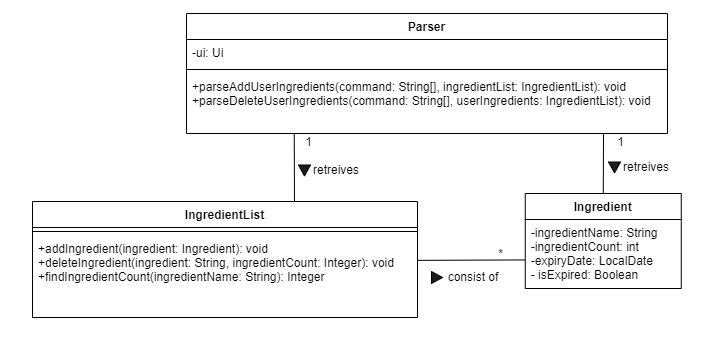
The draw.io diagram docs/UML/Architecture/IngredientRelated.png in nus-cs2113-AY2223S2/tp, before a commit. Source tidied: cells renumbered, new cells last; positions are measured from the earlier drawing's top-left corner, leaving out a move shared by most shapes. Its diagram source:
```xml
<mxGraphModel>
  <root>
    <mxCell id="0" />
    <mxCell id="1" parent="0" />
    <mxCell id="2" style="html=1;fillColor=default;strokeColor=none;" parent="1" vertex="1">
      <mxGeometry width="700" height="341" as="geometry" />
    </mxCell>
    <mxCell id="3" value="Parser" style="swimlane;fontStyle=1;align=center;verticalAlign=top;horizontal=1;startSize=26;" parent="1" vertex="1">
      <mxGeometry x="186" y="13" width="481" height="120" as="geometry" />
    </mxCell>
    <mxCell id="4" value="-ui: Ui" style="text;strokeColor=none;fillColor=none;align=left;verticalAlign=top;spacingLeft=4;spacingRight=4;overflow=hidden;" parent="3" vertex="1">
      <mxGeometry y="26" width="481" height="26" as="geometry" />
    </mxCell>
    <mxCell id="5" style="line;strokeWidth=1;fillColor=none;align=left;verticalAlign=middle;spacingTop=-1;spacingLeft=3;spacingRight=3;labelPosition=right;strokeColor=inherit;" parent="3" vertex="1">
      <mxGeometry y="52" width="481" height="8" as="geometry" />
    </mxCell>
    <mxCell id="6" value="+parseAddUserIngredients(command: String[], ingredientList: IngredientList): void&#10;+parseDeleteUserIngredients(command: String[], userIngredients: IngredientList): void" style="text;strokeColor=none;fillColor=none;align=left;verticalAlign=top;spacingLeft=4;spacingRight=4;overflow=hidden;points=[[0,0.5],[1,0.5]];portConstraint=eastwest;" parent="3" vertex="1">
      <mxGeometry y="60" width="481" height="60" as="geometry" />
    </mxCell>
    <mxCell id="7" style="endArrow=none;html=1;rounded=0;entryX=0.224;entryY=1;entryDx=0;entryDy=0;entryPerimeter=0;" parent="1" edge="1" target="6">
      <mxGeometry relative="1" as="geometry">
        <mxPoint x="294" y="205" as="sourcePoint" />
      </mxGeometry>
    </mxCell>
    <mxCell id="8" style="endArrow=none;html=1;rounded=0;entryX=-0.002;entryY=0.586;entryDx=0;entryDy=0;entryPerimeter=0;exitX=1.001;exitY=0.303;exitDx=0;exitDy=0;exitPerimeter=0;" parent="1" edge="1" source="15" target="17">
      <mxGeometry relative="1" as="geometry" />
    </mxCell>
    <mxCell id="9" value="*" style="text;html=1;align=center;verticalAlign=middle;strokeColor=none;fillColor=none;" parent="1" vertex="1">
      <mxGeometry x="488" y="241" width="23" height="26" as="geometry" />
    </mxCell>
    <mxCell id="10" value="1" style="text;html=1;align=center;verticalAlign=middle;strokeColor=none;fillColor=none;" parent="1" vertex="1">
      <mxGeometry x="295" y="129" width="25" height="26" as="geometry" />
    </mxCell>
    <mxCell id="11" style="endArrow=none;html=1;rounded=0;exitX=0.5;exitY=0;exitDx=0;exitDy=0;entryX=0.867;entryY=1.009;entryDx=0;entryDy=0;entryPerimeter=0;" parent="1" edge="1" source="16" target="6">
      <mxGeometry relative="1" as="geometry" />
    </mxCell>
    <mxCell id="12" value="1" style="text;html=1;align=center;verticalAlign=middle;strokeColor=none;fillColor=none;" parent="1" vertex="1">
      <mxGeometry x="607" y="129" width="25" height="26" as="geometry" />
    </mxCell>
    <mxCell id="13" value="IngredientList" style="swimlane;fontStyle=1;align=center;verticalAlign=top;horizontal=1;startSize=26;fillColor=#FFFFFF;" parent="1" vertex="1">
      <mxGeometry x="32" y="201" width="385" height="116" as="geometry" />
    </mxCell>
    <mxCell id="14" style="line;strokeWidth=1;fillColor=none;align=left;verticalAlign=middle;spacingTop=-1;spacingLeft=3;spacingRight=3;labelPosition=right;strokeColor=inherit;" parent="13" vertex="1">
      <mxGeometry y="26" width="385" height="8" as="geometry" />
    </mxCell>
    <mxCell id="15" value="+addIngredient(ingredient: Ingredient): void&#10;+deleteIngredient(ingredient: String, ingredientCount: Integer): void&#10;+findIngredientCount(ingredientName: String): Integer" style="text;strokeColor=none;fillColor=none;align=left;verticalAlign=top;spacingLeft=4;spacingRight=4;overflow=hidden;points=[[0,0.5],[1,0.5]];portConstraint=eastwest;" parent="13" vertex="1">
      <mxGeometry y="34" width="385" height="82" as="geometry" />
    </mxCell>
    <mxCell id="16" value="Ingredient" style="swimlane;fontStyle=1;align=center;verticalAlign=top;horizontal=1;startSize=26;" parent="1" vertex="1">
      <mxGeometry x="524.8" y="193" width="156" height="95" as="geometry" />
    </mxCell>
    <mxCell id="17" value="-ingredientName: String&#10;-ingredientCount: int&#10;-expiryDate: LocalDate&#10;- isExpired: Boolean" style="text;strokeColor=none;fillColor=none;align=left;verticalAlign=top;spacingLeft=4;spacingRight=4;overflow=hidden;points=[[0,0.5],[1,0.5]];portConstraint=eastwest;" parent="16" vertex="1">
      <mxGeometry y="26" width="156" height="69" as="geometry" />
    </mxCell>
    <mxCell id="18" value="consist of" style="text;html=1;strokeColor=none;fillColor=none;align=center;verticalAlign=middle;whiteSpace=wrap;rounded=0;" parent="1" vertex="1">
      <mxGeometry x="442.5" y="262" width="60" height="30" as="geometry" />
    </mxCell>
    <mxCell id="19" style="verticalLabelPosition=bottom;verticalAlign=top;html=1;shape=mxgraph.basic.acute_triangle;dx=0.5;fillColor=#1c1c1c;rotation=-180;direction=north;" parent="1" vertex="1">
      <mxGeometry x="431" y="271" width="11" height="12" as="geometry" />
    </mxCell>
    <mxCell id="20" style="group;" parent="1" vertex="1">
      <mxGeometry x="298" y="155" width="68" height="30" as="geometry" />
    </mxCell>
    <mxCell id="21" value="retreives" style="text;html=1;strokeColor=none;fillColor=none;align=center;verticalAlign=middle;whiteSpace=wrap;rounded=0;" parent="20" vertex="1">
      <mxGeometry x="8" width="60" height="30" as="geometry" />
    </mxCell>
    <mxCell id="22" style="verticalLabelPosition=bottom;verticalAlign=top;html=1;shape=mxgraph.basic.acute_triangle;dx=0.5;fillColor=#1c1c1c;rotation=-180;" parent="20" vertex="1">
      <mxGeometry y="9.5" width="12" height="11" as="geometry" />
    </mxCell>
    <mxCell id="23" style="group;" parent="1" vertex="1">
      <mxGeometry x="608" y="152" width="68" height="30" as="geometry" />
    </mxCell>
    <mxCell id="24" value="retreives" style="text;html=1;strokeColor=none;fillColor=none;align=center;verticalAlign=middle;whiteSpace=wrap;rounded=0;" parent="23" vertex="1">
      <mxGeometry x="8" width="60" height="30" as="geometry" />
    </mxCell>
    <mxCell id="25" style="verticalLabelPosition=bottom;verticalAlign=top;html=1;shape=mxgraph.basic.acute_triangle;dx=0.5;fillColor=#1c1c1c;rotation=-180;" parent="23" vertex="1">
      <mxGeometry y="9.5" width="12" height="11" as="geometry" />
    </mxCell>
  </root>
</mxGraphModel>
```
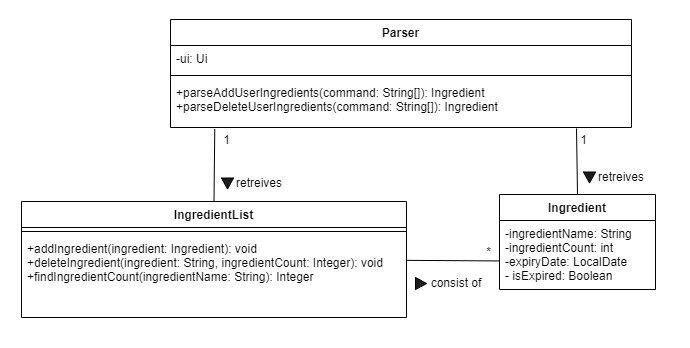
Above is the later version.

Diff of the diagram source:
```diff
@@ -2,43 +2,43 @@
   <root>
     <mxCell id="0" />
     <mxCell id="1" parent="0" />
-    <mxCell id="2" style="html=1;fillColor=default;strokeColor=none;" parent="1" vertex="1">
-      <mxGeometry width="700" height="341" as="geometry" />
-    </mxCell>
+    <mxCell id="26" style="rounded=0;whiteSpace=wrap;html=1;strokeColor=none;" parent="1" vertex="1">
+      <mxGeometry x="16" y="-6" width="689" height="346" as="geometry" />
+    </mxCell>
     <mxCell id="3" value="Parser" style="swimlane;fontStyle=1;align=center;verticalAlign=top;horizontal=1;startSize=26;" parent="1" vertex="1">
-      <mxGeometry x="186" y="13" width="481" height="120" as="geometry" />
+      <mxGeometry x="186" y="13" width="461" height="108" as="geometry" />
     </mxCell>
     <mxCell id="4" value="-ui: Ui" style="text;strokeColor=none;fillColor=none;align=left;verticalAlign=top;spacingLeft=4;spacingRight=4;overflow=hidden;" parent="3" vertex="1">
-      <mxGeometry y="26" width="481" height="26" as="geometry" />
+      <mxGeometry y="26" width="461" height="26" as="geometry" />
     </mxCell>
     <mxCell id="5" style="line;strokeWidth=1;fillColor=none;align=left;verticalAlign=middle;spacingTop=-1;spacingLeft=3;spacingRight=3;labelPosition=right;strokeColor=inherit;" parent="3" vertex="1">
-      <mxGeometry y="52" width="481" height="8" as="geometry" />
+      <mxGeometry y="52" width="461" height="8" as="geometry" />
     </mxCell>
-    <mxCell id="6" value="+parseAddUserIngredients(command: String[], ingredientList: IngredientList): void&#10;+parseDeleteUserIngredients(command: String[], userIngredients: IngredientList): void" style="text;strokeColor=none;fillColor=none;align=left;verticalAlign=top;spacingLeft=4;spacingRight=4;overflow=hidden;points=[[0,0.5],[1,0.5]];portConstraint=eastwest;" parent="3" vertex="1">
-      <mxGeometry y="60" width="481" height="60" as="geometry" />
+    <mxCell id="6" value="+parseAddUserIngredients(command: String[]): Ingredient&#10;+parseDeleteUserIngredients(command: String[]): Ingredient" style="text;strokeColor=none;fillColor=none;align=left;verticalAlign=top;spacingLeft=4;spacingRight=4;overflow=hidden;points=[[0,0.5],[1,0.5]];portConstraint=eastwest;" parent="3" vertex="1">
+      <mxGeometry y="60" width="461" height="48" as="geometry" />
     </mxCell>
-    <mxCell id="7" style="endArrow=none;html=1;rounded=0;entryX=0.224;entryY=1;entryDx=0;entryDy=0;entryPerimeter=0;" parent="1" edge="1" target="6">
-      <mxGeometry relative="1" as="geometry">
-        <mxPoint x="294" y="205" as="sourcePoint" />
-      </mxGeometry>
+    <mxCell id="7" style="endArrow=none;html=1;rounded=0;exitX=0.5;exitY=0;exitDx=0;exitDy=0;entryX=0.096;entryY=1.031;entryDx=0;entryDy=0;entryPerimeter=0;" parent="1" edge="1" source="13" target="6">
+      <mxGeometry relative="1" as="geometry" />
     </mxCell>
     <mxCell id="8" style="endArrow=none;html=1;rounded=0;entryX=-0.002;entryY=0.586;entryDx=0;entryDy=0;entryPerimeter=0;exitX=1.001;exitY=0.303;exitDx=0;exitDy=0;exitPerimeter=0;" parent="1" edge="1" source="15" target="17">
       <mxGeometry relative="1" as="geometry" />
     </mxCell>
     <mxCell id="9" value="*" style="text;html=1;align=center;verticalAlign=middle;strokeColor=none;fillColor=none;" parent="1" vertex="1">
-      <mxGeometry x="488" y="241" width="23" height="26" as="geometry" />
+      <mxGeometry x="492" y="233" width="23" height="26" as="geometry" />
     </mxCell>
     <mxCell id="10" value="1" style="text;html=1;align=center;verticalAlign=middle;strokeColor=none;fillColor=none;" parent="1" vertex="1">
-      <mxGeometry x="295" y="129" width="25" height="26" as="geometry" />
+      <mxGeometry x="229" y="121" width="25" height="26" as="geometry" />
     </mxCell>
-    <mxCell id="11" style="endArrow=none;html=1;rounded=0;exitX=0.5;exitY=0;exitDx=0;exitDy=0;entryX=0.867;entryY=1.009;entryDx=0;entryDy=0;entryPerimeter=0;" parent="1" edge="1" source="16" target="6">
-      <mxGeometry relative="1" as="geometry" />
+    <mxCell id="11" style="endArrow=none;html=1;rounded=0;exitX=0.5;exitY=0;exitDx=0;exitDy=0;" parent="1" edge="1" source="16">
+      <mxGeometry relative="1" as="geometry">
+        <mxPoint x="592" y="122" as="targetPoint" />
+      </mxGeometry>
     </mxCell>
     <mxCell id="12" value="1" style="text;html=1;align=center;verticalAlign=middle;strokeColor=none;fillColor=none;" parent="1" vertex="1">
-      <mxGeometry x="607" y="129" width="25" height="26" as="geometry" />
+      <mxGeometry x="586" y="121" width="25" height="26" as="geometry" />
     </mxCell>
     <mxCell id="13" value="IngredientList" style="swimlane;fontStyle=1;align=center;verticalAlign=top;horizontal=1;startSize=26;fillColor=#FFFFFF;" parent="1" vertex="1">
-      <mxGeometry x="32" y="201" width="385" height="116" as="geometry" />
+      <mxGeometry x="37" y="195" width="385" height="116" as="geometry" />
     </mxCell>
     <mxCell id="14" style="line;strokeWidth=1;fillColor=none;align=left;verticalAlign=middle;spacingTop=-1;spacingLeft=3;spacingRight=3;labelPosition=right;strokeColor=inherit;" parent="13" vertex="1">
       <mxGeometry y="26" width="385" height="8" as="geometry" />
@@ -47,7 +47,7 @@
       <mxGeometry y="34" width="385" height="82" as="geometry" />
     </mxCell>
     <mxCell id="16" value="Ingredient" style="swimlane;fontStyle=1;align=center;verticalAlign=top;horizontal=1;startSize=26;" parent="1" vertex="1">
-      <mxGeometry x="524.8" y="193" width="156" height="95" as="geometry" />
+      <mxGeometry x="515" y="188" width="156" height="95" as="geometry" />
     </mxCell>
     <mxCell id="17" value="-ingredientName: String&#10;-ingredientCount: int&#10;-expiryDate: LocalDate&#10;- isExpired: Boolean" style="text;strokeColor=none;fillColor=none;align=left;verticalAlign=top;spacingLeft=4;spacingRight=4;overflow=hidden;points=[[0,0.5],[1,0.5]];portConstraint=eastwest;" parent="16" vertex="1">
       <mxGeometry y="26" width="156" height="69" as="geometry" />
@@ -59,7 +59,7 @@
       <mxGeometry x="431" y="271" width="11" height="12" as="geometry" />
     </mxCell>
     <mxCell id="20" style="group;" parent="1" vertex="1">
-      <mxGeometry x="298" y="155" width="68" height="30" as="geometry" />
+      <mxGeometry x="237" y="162" width="68" height="30" as="geometry" />
     </mxCell>
     <mxCell id="21" value="retreives" style="text;html=1;strokeColor=none;fillColor=none;align=center;verticalAlign=middle;whiteSpace=wrap;rounded=0;" parent="20" vertex="1">
       <mxGeometry x="8" width="60" height="30" as="geometry" />
@@ -68,7 +68,7 @@
       <mxGeometry y="9.5" width="12" height="11" as="geometry" />
     </mxCell>
     <mxCell id="23" style="group;" parent="1" vertex="1">
-      <mxGeometry x="608" y="152" width="68" height="30" as="geometry" />
+      <mxGeometry x="599" y="156" width="68" height="30" as="geometry" />
     </mxCell>
     <mxCell id="24" value="retreives" style="text;html=1;strokeColor=none;fillColor=none;align=center;verticalAlign=middle;whiteSpace=wrap;rounded=0;" parent="23" vertex="1">
       <mxGeometry x="8" width="60" height="30" as="geometry" />
```
